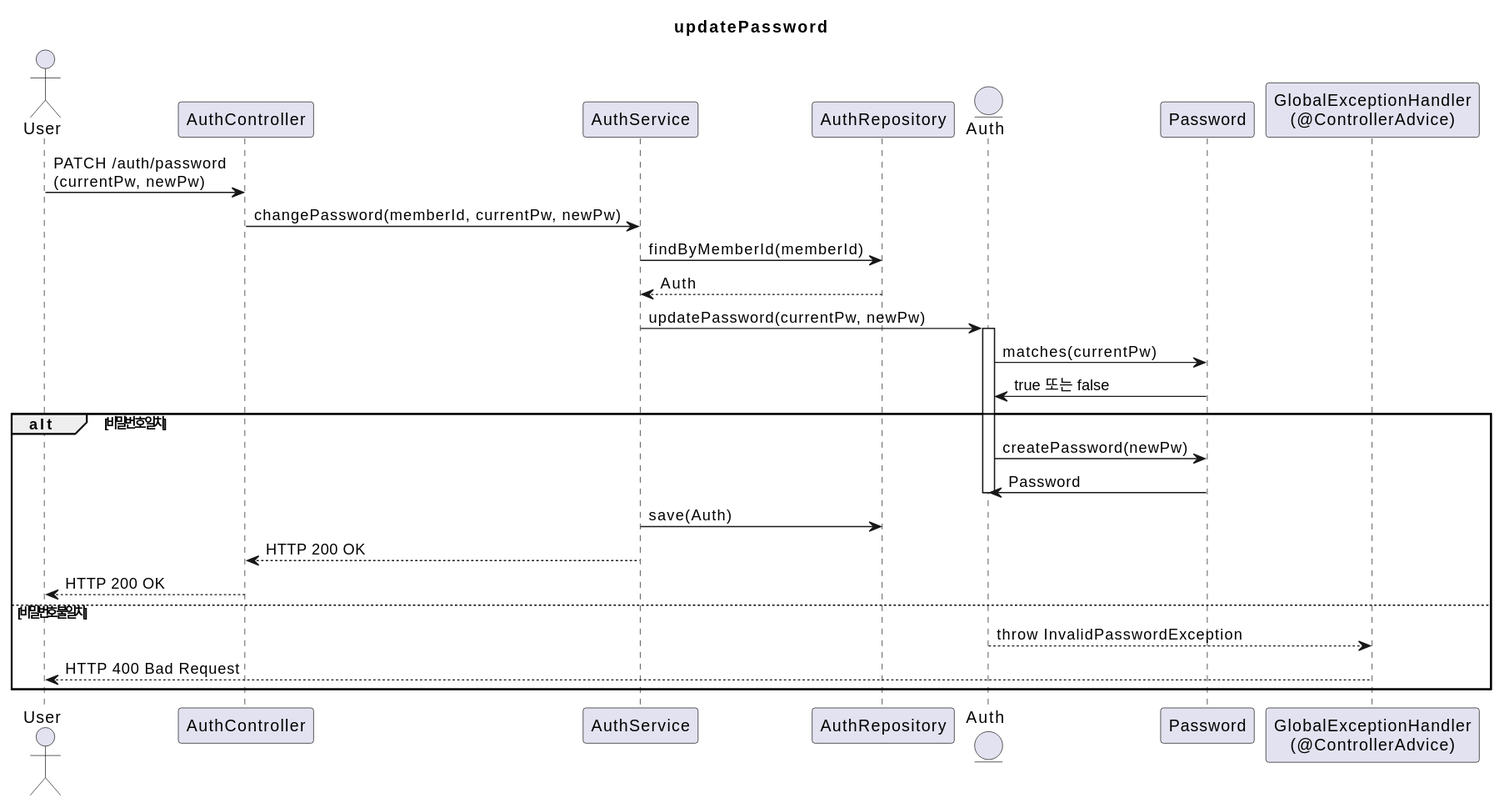
Earlier version of the PlantUML export document/puml/event/externalAPI/authContext/authAggregate/updatePassword.svg (SimpleBoardTeam/server-hyunchang).
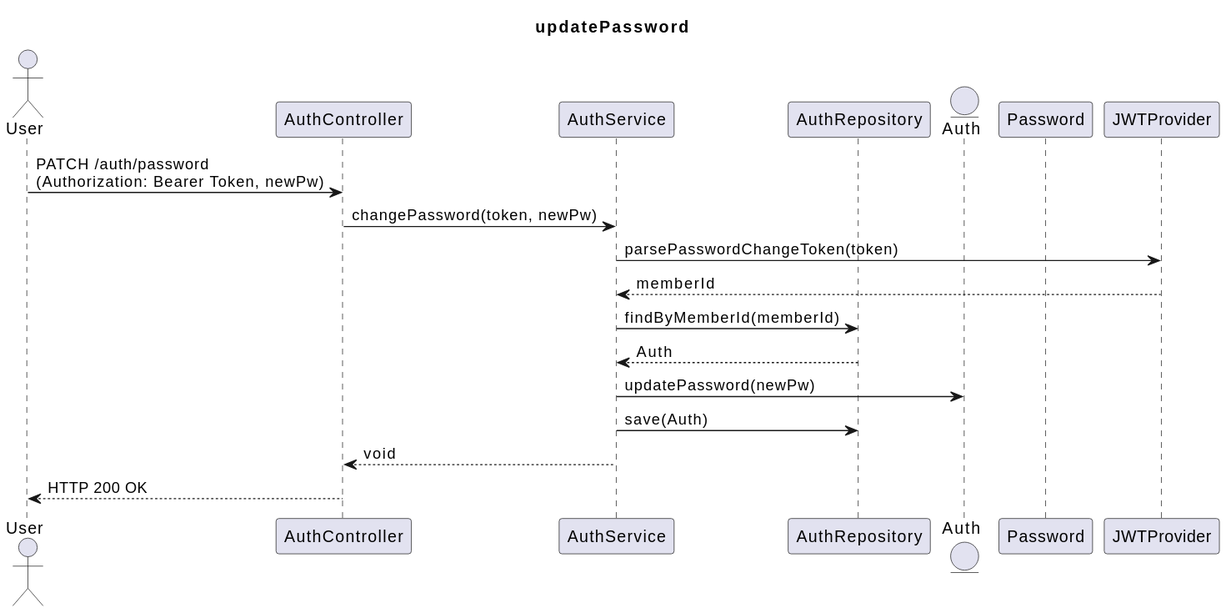
The same diagram one commit later.

Commit message:
chore(diagram): auto-generate SVGs

Change to the diagram source:
```diff
@@ -7,30 +7,21 @@
 participant AuthRepository
 entity Auth
 participant Password
-participant ExceptionHandler as "GlobalExceptionHandler\n(@ControllerAdvice)"
+participant JWTProvider
 
-User -> AuthController : PATCH /auth/password\n(currentPw, newPw)
+User -> AuthController : PATCH /auth/password\n(Authorization: Bearer Token, newPw)
 
-AuthController -> AuthService : changePassword(memberId, currentPw, newPw)
+AuthController -> AuthService : changePassword(token, newPw)
+
+AuthService -> JWTProvider : parsePasswordChangeToken(token)
+JWTProvider --> AuthService : memberId
 
 AuthService -> AuthRepository : findByMemberId(memberId)
 AuthRepository --> AuthService : Auth
 
-AuthService -> Auth : updatePassword(currentPw, newPw)
-activate Auth
-Auth -> Password : matches(currentPw)
-Password -> Auth : true 또는 false
+AuthService -> Auth : updatePassword(newPw)
 
-alt 비밀번호 일치
-  Auth -> Password : createPassword(newPw)
-  Password -> Auth : Password
-  deactivate Auth
-  AuthService -> AuthRepository : save(Auth)
-  AuthService --> AuthController : HTTP 200 OK
-  AuthController --> User : HTTP 200 OK
-
-else 비밀번호 불일치
-  Auth --> ExceptionHandler : throw InvalidPasswordException
-  ExceptionHandler --> User : HTTP 400 Bad Request
-end
+AuthService -> AuthRepository : save(Auth)
+AuthService --> AuthController : void
+AuthController --> User : HTTP 200 OK
 @enduml
```
